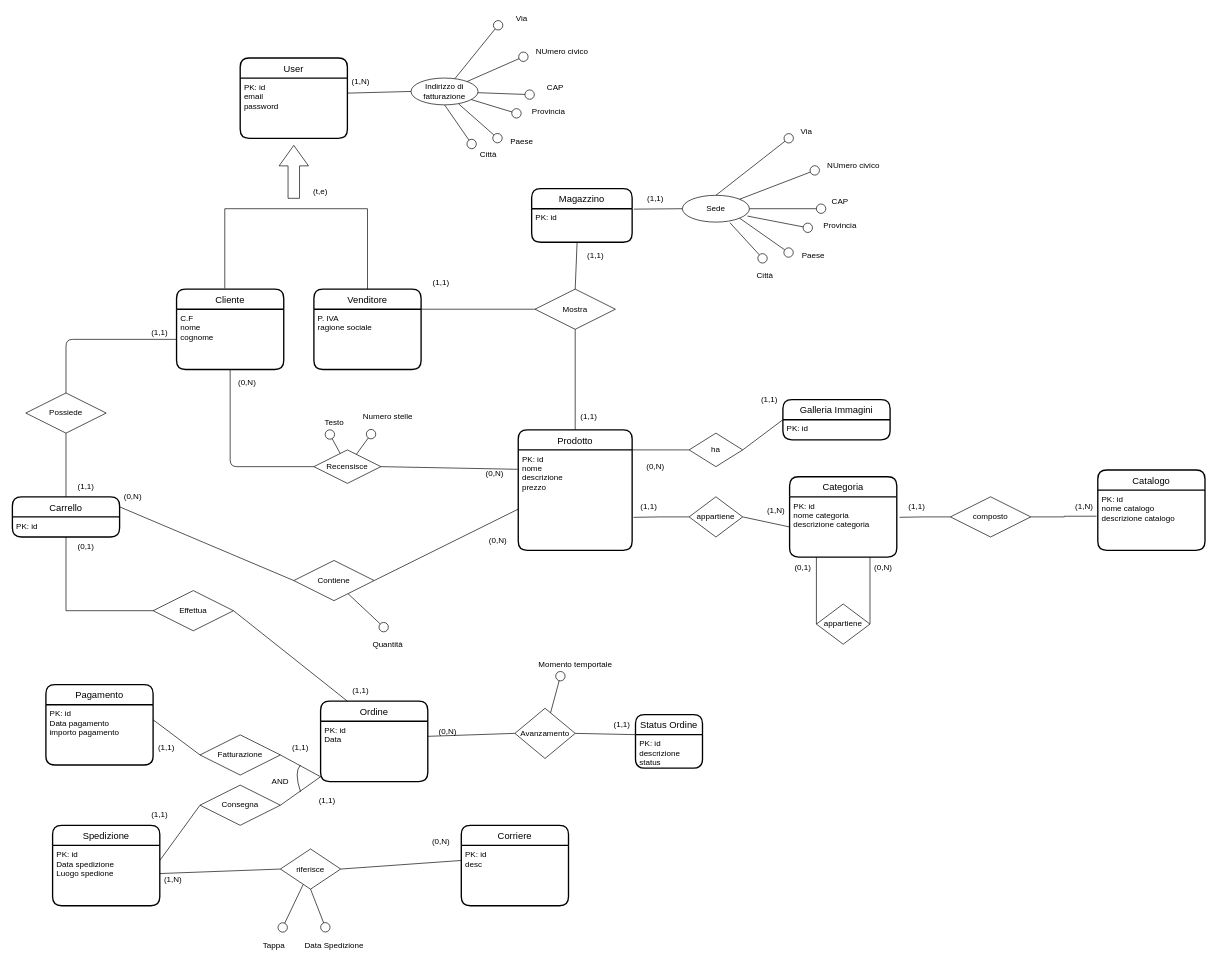
The draw.io diagram doc/schema_concettuale_v2.drawio in EndriDomiUni/E-commerce, before the edit. Source tidied: cells renumbered, new cells numbered last; positions are measured from the earlier drawing's top-left corner, leaving out a move shared by most shapes. Both pictures are drawn from the tidied source at 67%, with x=0, y=0 at pixel (12, 11).
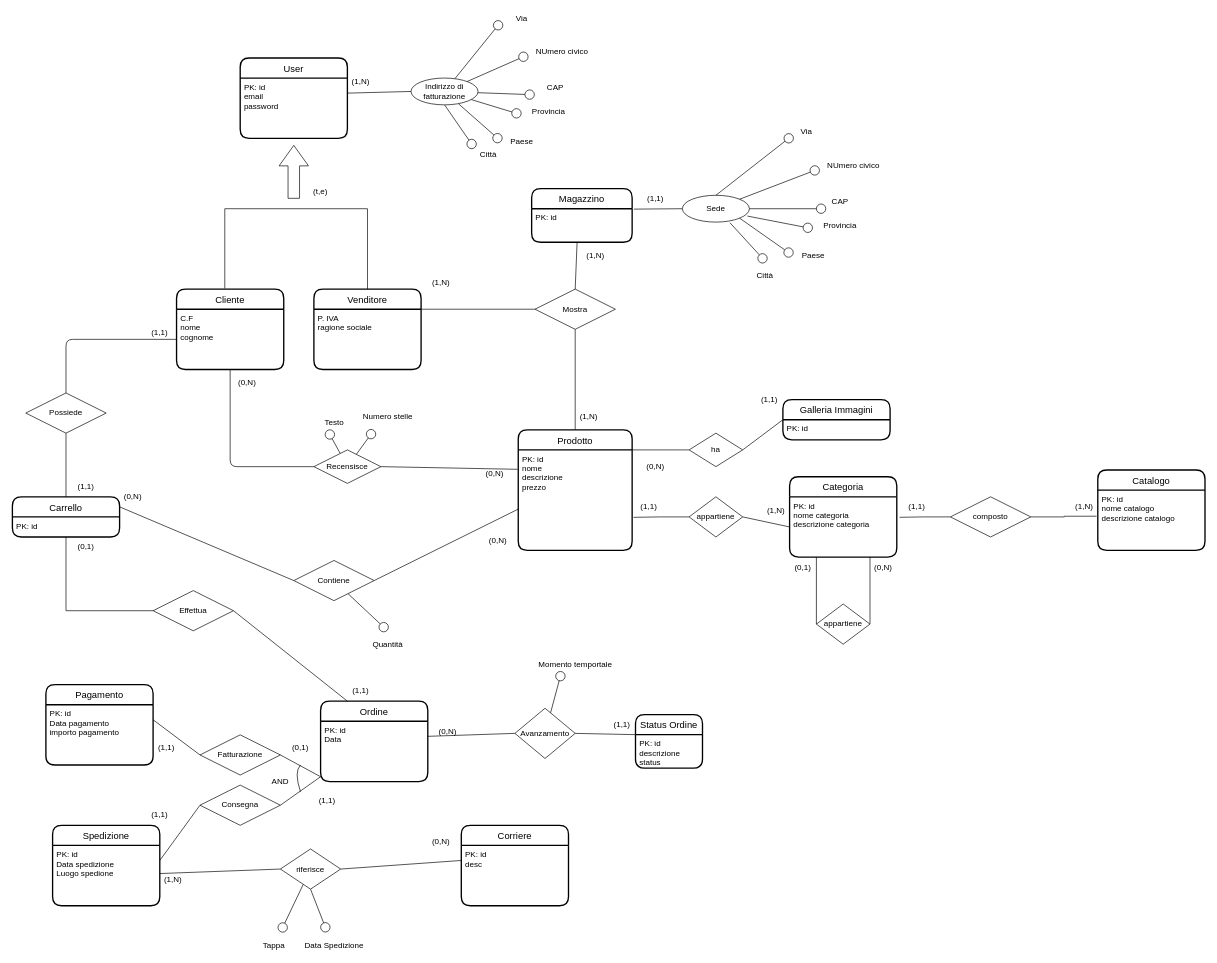
Above is the later version.

Diff of the diagram source:
```diff
@@
-    <mxCell id="98" value="(1,1)" style="text;html=1;strokeColor=none;fillColor=none;align=center;verticalAlign=middle;whiteSpace=wrap;rounded=0;" parent="1" vertex="1">
+    <mxCell id="98" value="(1,N)" style="text;html=1;strokeColor=none;fillColor=none;align=center;verticalAlign=middle;whiteSpace=wrap;rounded=0;" parent="1" vertex="1">
       <mxGeometry x="610" y="389" width="60" height="30" as="geometry" />
     </mxCell>
@@
-    <mxCell id="100" value="(1,1)" style="text;html=1;strokeColor=none;fillColor=none;align=center;verticalAlign=middle;whiteSpace=wrap;rounded=0;" parent="1" vertex="1">
+    <mxCell id="100" value="(0,1)" style="text;html=1;strokeColor=none;fillColor=none;align=center;verticalAlign=middle;whiteSpace=wrap;rounded=0;" parent="1" vertex="1">
       <mxGeometry x="400" y="1084.3" width="60" height="30" as="geometry" />
     </mxCell>
@@
-    <mxCell id="140" value="(1,1)" style="text;html=1;align=center;verticalAlign=middle;strokeColor=none;fillColor=none;" parent="1" vertex="1">
+    <mxCell id="140" value="(1,N)" style="text;html=1;align=center;verticalAlign=middle;strokeColor=none;fillColor=none;" parent="1" vertex="1">
       <mxGeometry x="850" y="354" width="40" height="20" as="geometry" />
     </mxCell>
-    <mxCell id="141" value="(1,1)" style="text;html=1;align=center;verticalAlign=middle;strokeColor=none;fillColor=none;" parent="1" vertex="1">
+    <mxCell id="141" value="(1,N)" style="text;html=1;align=center;verticalAlign=middle;strokeColor=none;fillColor=none;" parent="1" vertex="1">
       <mxGeometry x="840" y="594" width="40" height="20" as="geometry" />
     </mxCell>
```
